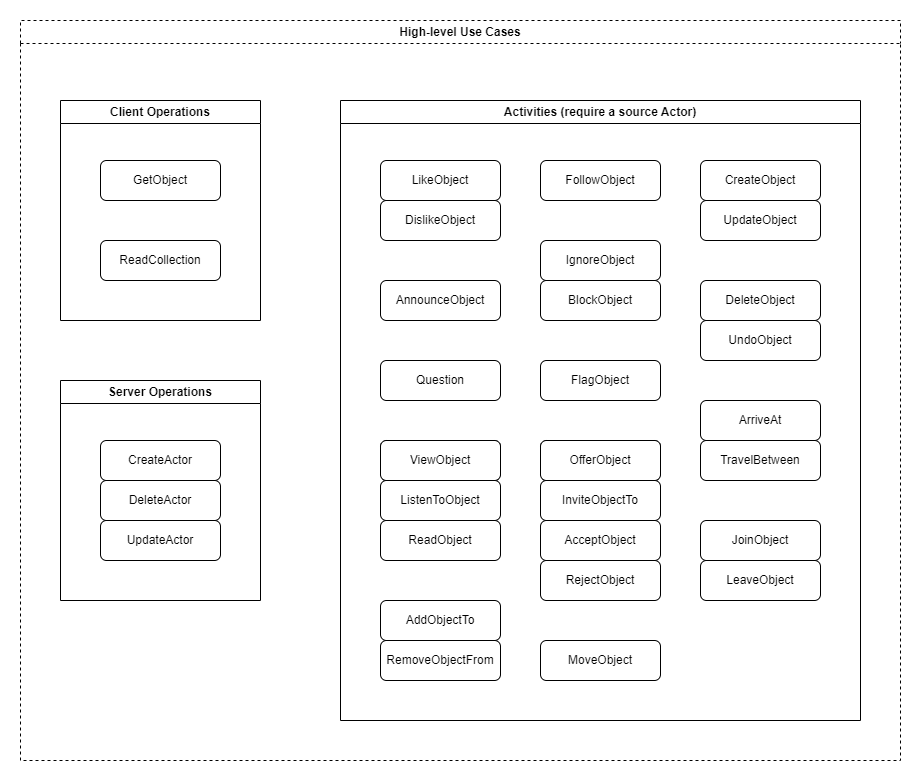
This is Documentation/Design Documents/use_cases.drawio.png from warriordog/ActivityPubSharp, a draw.io export, as it was before one commit. Source tidied: cells renumbered, new cells last; positions are measured from the earlier drawing's top-left corner, leaving out a move shared by most shapes.
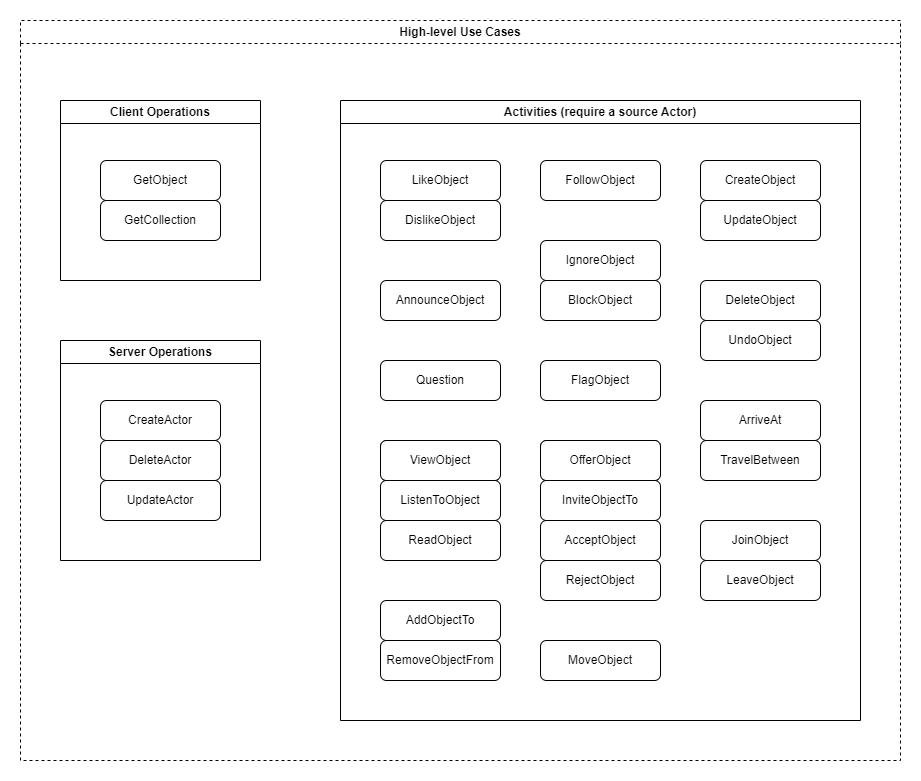
After the commit.

Commit message:
rename `ReadCollection` to `GetCollection` for consistency

Change to the diagram source:
```diff
@@ -93,16 +93,16 @@
       <mxGeometry x="40" y="540" width="120" height="40" as="geometry" />
     </mxCell>
     <mxCell id="32" value="Client Operations" style="swimlane;whiteSpace=wrap;html=1;" parent="2" vertex="1">
-      <mxGeometry x="40" y="80" width="200" height="220" as="geometry" />
+      <mxGeometry x="40" y="80" width="200" height="180" as="geometry" />
     </mxCell>
     <mxCell id="33" value="GetObject" style="rounded=1;whiteSpace=wrap;html=1;" parent="32" vertex="1">
       <mxGeometry x="40" y="60" width="120" height="40" as="geometry" />
     </mxCell>
-    <mxCell id="34" value="ReadCollection" style="rounded=1;whiteSpace=wrap;html=1;" parent="32" vertex="1">
-      <mxGeometry x="40" y="140" width="120" height="40" as="geometry" />
+    <mxCell id="34" value="GetCollection" style="rounded=1;whiteSpace=wrap;html=1;" parent="32" vertex="1">
+      <mxGeometry x="40" y="100" width="120" height="40" as="geometry" />
     </mxCell>
     <mxCell id="35" value="Server Operations" style="swimlane;whiteSpace=wrap;html=1;" parent="2" vertex="1">
-      <mxGeometry x="40" y="360" width="200" height="220" as="geometry" />
+      <mxGeometry x="40" y="320" width="200" height="220" as="geometry" />
     </mxCell>
     <mxCell id="36" value="UpdateActor" style="rounded=1;whiteSpace=wrap;html=1;" parent="35" vertex="1">
       <mxGeometry x="40" y="140" width="120" height="40" as="geometry" />
```
